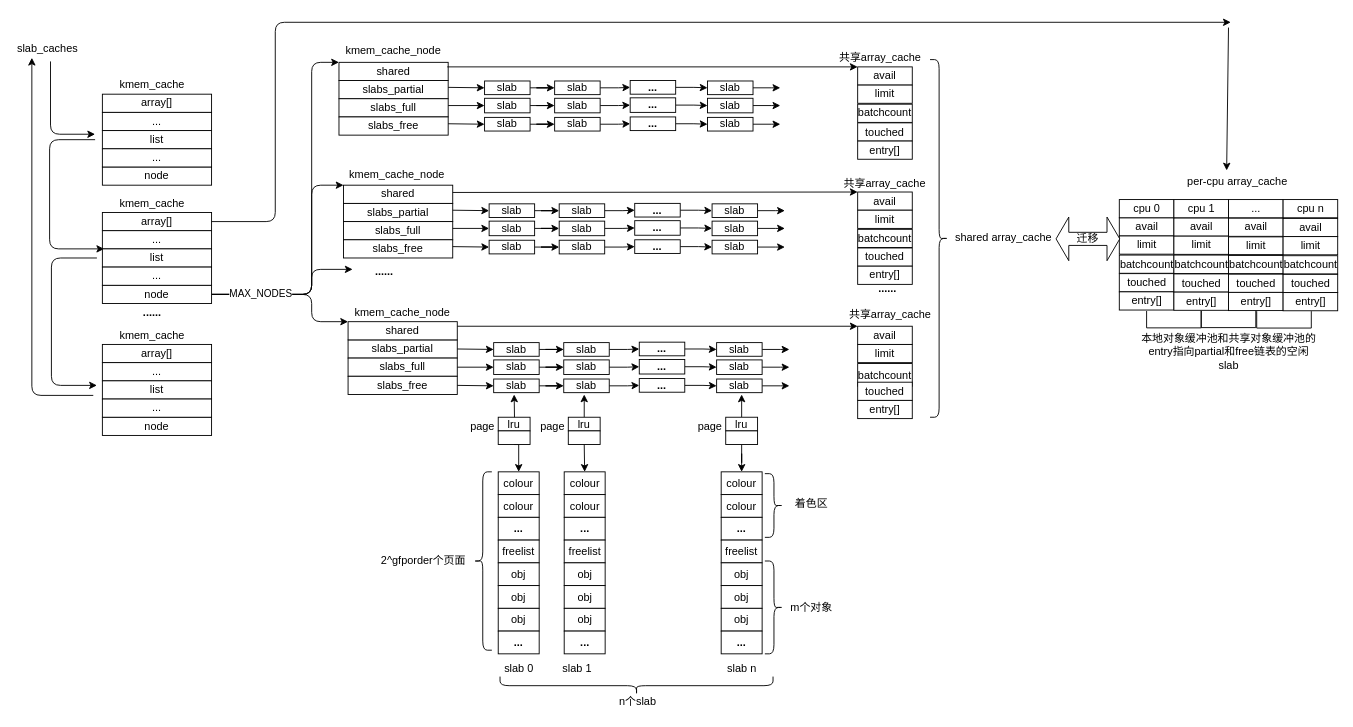
The draw.io diagram mm.drawio in jasonactions/graph, before the edit. Source tidied: cells renumbered, new cells numbered last; positions are measured from the earlier drawing's top-left corner, leaving out a move shared by most shapes. Both pictures are drawn from the tidied source at 91%, with x=0, y=0 at pixel (15, 22).
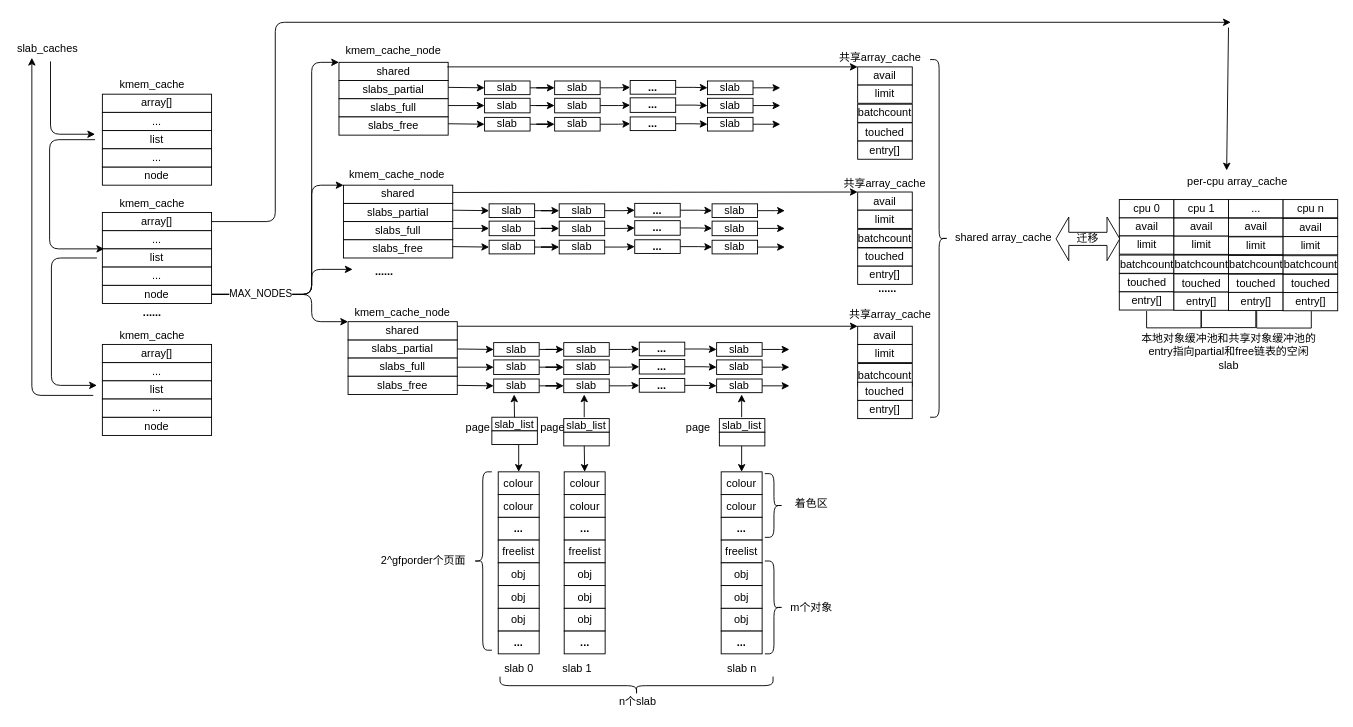
The same diagram, later.

Unchanged cells that the change refers to:
```xml
<mxCell id="85" value="colour" style="rounded=0;whiteSpace=wrap;html=1;" parent="1" vertex="1">
  <mxGeometry x="602.5" y="494" width="45" height="25" as="geometry" />
</mxCell>
<mxCell id="93" value="colour" style="rounded=0;whiteSpace=wrap;html=1;" parent="1" vertex="1">
  <mxGeometry x="775" y="494" width="45" height="25" as="geometry" />
</mxCell>
```

Change to the diagram source:
```diff
@@
-    <mxCell id="64" value="lru" style="rounded=0;whiteSpace=wrap;html=1;" parent="1" vertex="1">
-      <mxGeometry x="530" y="434" width="35" height="15" as="geometry" />
+    <mxCell id="64" value="slab_list" style="rounded=0;whiteSpace=wrap;html=1;" parent="1" vertex="1">
+      <mxGeometry x="523" y="434" width="50" height="15" as="geometry" />
     </mxCell>
@@
     <mxCell id="66" style="rounded=0;whiteSpace=wrap;html=1;" parent="1" vertex="1">
-      <mxGeometry x="530" y="449" width="35" height="15" as="geometry" />
+      <mxGeometry x="523" y="449" width="50" height="15" as="geometry" />
     </mxCell>
     <mxCell id="67" value="page" style="text;html=1;strokeColor=none;fillColor=none;align=center;verticalAlign=middle;whiteSpace=wrap;rounded=0;" parent="1" vertex="1">
-      <mxGeometry x="498" y="434" width="30" height="20" as="geometry" />
+      <mxGeometry x="493" y="435.5" width="30" height="20" as="geometry" />
     </mxCell>
-    <mxCell id="68" style="edgeStyle=orthogonalEdgeStyle;rounded=0;jettySize=auto;html=1;" parent="1" edge="1" source="69">
+    <mxCell id="68" style="edgeStyle=orthogonalEdgeStyle;rounded=0;orthogonalLoop=1;jettySize=auto;html=1;" parent="1" edge="1">
       <mxGeometry relative="1" as="geometry">
+        <mxPoint x="624.5" y="434" as="sourcePoint" />
         <mxPoint x="624.5" y="409" as="targetPoint" />
       </mxGeometry>
     </mxCell>
-    <mxCell id="69" value="lru" style="rounded=0;whiteSpace=wrap;html=1;" parent="1" vertex="1">
-      <mxGeometry x="607" y="434" width="35" height="15" as="geometry" />
-    </mxCell>
-    <mxCell id="70" style="rounded=0;whiteSpace=wrap;html=1;" parent="1" vertex="1">
-      <mxGeometry x="607" y="449" width="35" height="15" as="geometry" />
-    </mxCell>
-    <mxCell id="71" value="page" style="text;html=1;strokeColor=none;fillColor=none;align=center;verticalAlign=middle;whiteSpace=wrap;rounded=0;" parent="1" vertex="1">
-      <mxGeometry x="575" y="434" width="30" height="20" as="geometry" />
-    </mxCell>
-    <mxCell id="72" style="edgeStyle=orthogonalEdgeStyle;rounded=0;jettySize=auto;html=1;" parent="1" edge="1" source="73">
+    <mxCell id="72" style="edgeStyle=orthogonalEdgeStyle;rounded=0;orthogonalLoop=1;jettySize=auto;html=1;" parent="1" edge="1">
       <mxGeometry relative="1" as="geometry">
+        <mxPoint x="797.5" y="434" as="sourcePoint" />
         <mxPoint x="797.5" y="409" as="targetPoint" />
       </mxGeometry>
     </mxCell>
-    <mxCell id="73" value="lru" style="rounded=0;whiteSpace=wrap;html=1;" parent="1" vertex="1">
-      <mxGeometry x="780" y="434" width="35" height="15" as="geometry" />
-    </mxCell>
-    <mxCell id="74" style="edgeStyle=orthogonalEdgeStyle;rounded=0;jettySize=auto;html=1;entryX=0.5;entryY=0;entryDx=0;entryDy=0;" parent="1" edge="1" source="75" target="93">
-      <mxGeometry relative="1" as="geometry" />
+    <mxCell id="74" style="edgeStyle=orthogonalEdgeStyle;rounded=0;jettySize=auto;html=1;entryX=0.5;entryY=0;entryDx=0;entryDy=0;" parent="1" edge="1" target="93">
+      <mxGeometry relative="1" as="geometry">
+        <mxPoint x="797.5" y="464" as="sourcePoint" />
+      </mxGeometry>
     </mxCell>
-    <mxCell id="75" style="rounded=0;whiteSpace=wrap;html=1;" parent="1" vertex="1">
-      <mxGeometry x="780" y="449" width="35" height="15" as="geometry" />
-    </mxCell>
     <mxCell id="76" value="page" style="text;html=1;strokeColor=none;fillColor=none;align=center;verticalAlign=middle;whiteSpace=wrap;rounded=0;" parent="1" vertex="1">
-      <mxGeometry x="748" y="434" width="30" height="20" as="geometry" />
+      <mxGeometry x="735" y="435.5" width="30" height="20" as="geometry" />
     </mxCell>
@@
-    <mxCell id="101" style="endArrow=classic;html=1;exitX=0.5;exitY=1;exitDx=0;exitDy=0;entryX=0.5;entryY=0;entryDx=0;entryDy=0;" parent="1" edge="1" source="70" target="85">
-      <mxGeometry relative="1" as="geometry" />
+    <mxCell id="101" style="endArrow=classic;html=1;exitX=0.5;exitY=1;exitDx=0;exitDy=0;entryX=0.5;entryY=0;entryDx=0;entryDy=0;" parent="1" edge="1" target="85">
+      <mxGeometry relative="1" as="geometry">
+        <mxPoint x="624.5" y="464" as="sourcePoint" />
+      </mxGeometry>
     </mxCell>
@@
+    <mxCell id="234" value="slab_list" style="rounded=0;whiteSpace=wrap;html=1;" parent="1" vertex="1">
+      <mxGeometry x="602" y="435.5" width="50" height="15" as="geometry" />
+    </mxCell>
+    <mxCell id="235" style="rounded=0;whiteSpace=wrap;html=1;" parent="1" vertex="1">
+      <mxGeometry x="602" y="450.5" width="50" height="15" as="geometry" />
+    </mxCell>
+    <mxCell id="71" value="page" style="text;html=1;strokeColor=none;fillColor=none;align=center;verticalAlign=middle;whiteSpace=wrap;rounded=0;" parent="1" vertex="1">
+      <mxGeometry x="575" y="435.5" width="30" height="20" as="geometry" />
+    </mxCell>
+    <mxCell id="236" value="slab_list" style="rounded=0;whiteSpace=wrap;html=1;" parent="1" vertex="1">
+      <mxGeometry x="773" y="435.5" width="50" height="15" as="geometry" />
+    </mxCell>
+    <mxCell id="237" style="rounded=0;whiteSpace=wrap;html=1;" parent="1" vertex="1">
+      <mxGeometry x="773" y="450.5" width="50" height="15" as="geometry" />
+    </mxCell>
```
